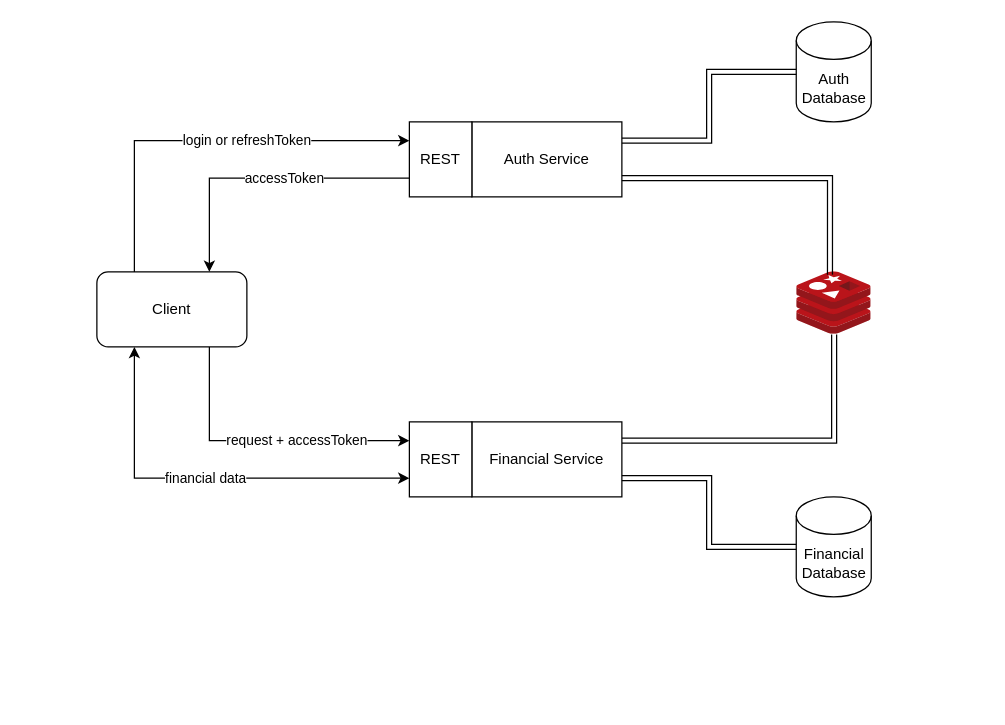
Earlier version of the draw.io diagram docs/markdown/diagrams/general-flow.drawio (shimisnow/poc-nestjs). Source tidied: cells renumbered, new cells numbered last; positions are measured from the earlier drawing's top-left corner, leaving out a move shared by most shapes. Both pictures are drawn from the tidied source at 125%, with x=0, y=0 at pixel (96, 21).
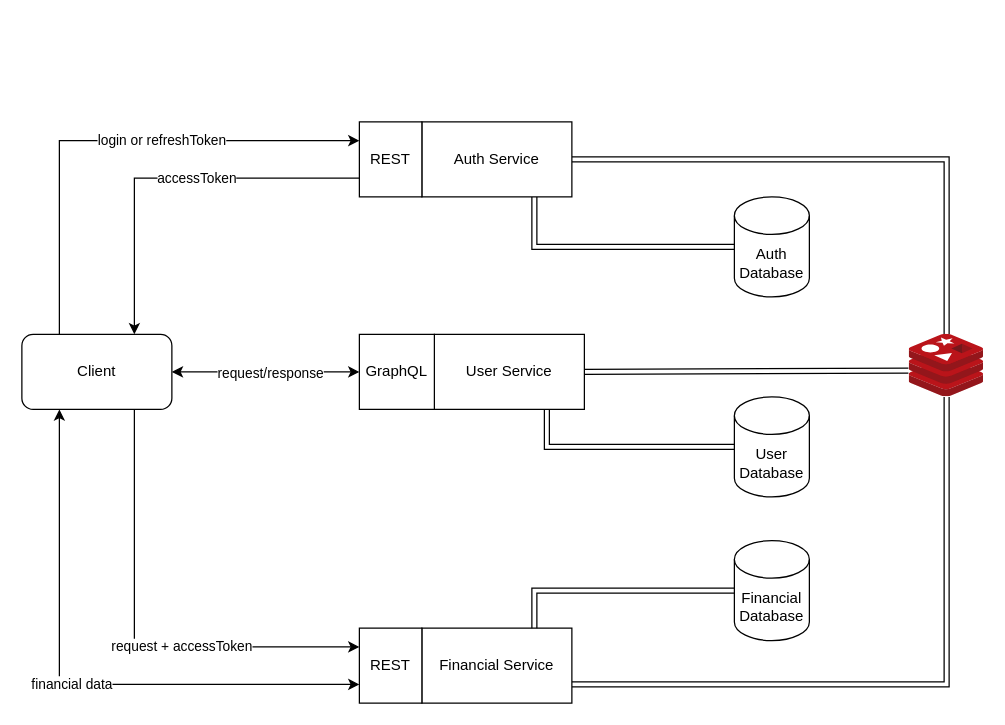
After the change.

What changed in the source:
```diff
@@
+    <mxCell id="18" style="edgeStyle=orthogonalEdgeStyle;rounded=0;jettySize=auto;html=1;exitX=1;exitY=0.5;exitDx=0;exitDy=0;entryX=0;entryY=0.5;entryDx=0;entryDy=0;startArrow=classic;startFill=1;" parent="1" edge="1" source="4" target="22">
+      <mxGeometry relative="1" as="geometry" />
+    </mxCell>
+    <mxCell id="19" value="request/response" style="edgeLabel;html=1;align=center;verticalAlign=middle;" parent="18" vertex="1">
+      <mxGeometry x="0.04" y="-4" relative="1" as="geometry">
+        <mxPoint y="-4" as="offset" />
+      </mxGeometry>
+    </mxCell>
     <mxCell id="4" value="Client" style="rounded=1;whiteSpace=wrap;html=1;" parent="1" vertex="1">
-      <mxGeometry y="200" width="120" height="60" as="geometry" />
+      <mxGeometry x="-60" y="250" width="120" height="60" as="geometry" />
     </mxCell>
-    <mxCell id="5" value="Auth&lt;br&gt;Database" style="shape=cylinder3;whiteSpace=wrap;html=1;boundedLbl=1;backgroundOutline=1;size=15;" parent="1" vertex="1">
-      <mxGeometry x="559.5" width="60" height="80" as="geometry" />
-    </mxCell>
+    <mxCell id="17" style="edgeStyle=orthogonalEdgeStyle;rounded=0;jettySize=auto;html=1;exitX=1;exitY=0.5;exitDx=0;exitDy=0;shape=link;" parent="1" edge="1" source="6" target="14">
+      <mxGeometry relative="1" as="geometry" />
+    </mxCell>
     <mxCell id="6" value="Auth Service" style="rounded=0;whiteSpace=wrap;html=1;" parent="1" vertex="1">
-      <mxGeometry x="300" y="80" width="120" height="60" as="geometry" />
+      <mxGeometry x="260" y="80" width="120" height="60" as="geometry" />
     </mxCell>
@@
     <mxCell id="8" value="REST" style="rounded=0;whiteSpace=wrap;html=1;" parent="1" vertex="1">
-      <mxGeometry x="250" y="80" width="50" height="60" as="geometry" />
+      <mxGeometry x="210" y="80" width="50" height="60" as="geometry" />
     </mxCell>
-    <mxCell id="9" style="edgeStyle=orthogonalEdgeStyle;rounded=0;jettySize=auto;html=1;exitX=1;exitY=0.25;exitDx=0;exitDy=0;shape=link;" parent="1" edge="1" source="10" target="14">
+    <mxCell id="9" style="edgeStyle=orthogonalEdgeStyle;rounded=0;jettySize=auto;html=1;exitX=1;exitY=0.75;exitDx=0;exitDy=0;shape=link;" parent="1" edge="1" source="10" target="14">
       <mxGeometry relative="1" as="geometry" />
     </mxCell>
     <mxCell id="10" value="Financial Service" style="rounded=0;whiteSpace=wrap;html=1;" parent="1" vertex="1">
-      <mxGeometry x="300" y="320" width="120" height="60" as="geometry" />
+      <mxGeometry x="260" y="485" width="120" height="60" as="geometry" />
     </mxCell>
@@
     <mxCell id="12" value="REST" style="rounded=0;whiteSpace=wrap;html=1;" parent="1" vertex="1">
-      <mxGeometry x="250" y="320" width="50" height="60" as="geometry" />
+      <mxGeometry x="210" y="485" width="50" height="60" as="geometry" />
     </mxCell>
     <mxCell id="13" value="Financial&lt;br&gt;Database" style="shape=cylinder3;whiteSpace=wrap;html=1;boundedLbl=1;backgroundOutline=1;size=15;" parent="1" vertex="1">
-      <mxGeometry x="559.5" y="380" width="60" height="80" as="geometry" />
+      <mxGeometry x="510" y="415" width="60" height="80" as="geometry" />
     </mxCell>
     <mxCell id="14" style="image;sketch=0;html=1;points=[];align=center;fontSize=12;image=img/lib/mscae/Cache_Redis_Product.svg;" parent="1" vertex="1">
-      <mxGeometry x="560" y="200" width="59.5" height="50" as="geometry" />
+      <mxGeometry x="650" y="250" width="59.5" height="50" as="geometry" />
     </mxCell>
+    <mxCell id="20" style="edgeStyle=orthogonalEdgeStyle;rounded=0;jettySize=auto;html=1;exitX=0.75;exitY=1;exitDx=0;exitDy=0;shape=link;" parent="1" edge="1" source="21" target="24">
+      <mxGeometry relative="1" as="geometry" />
+    </mxCell>
+    <mxCell id="21" value="User Service" style="rounded=0;whiteSpace=wrap;html=1;" parent="1" vertex="1">
+      <mxGeometry x="270" y="250" width="120" height="60" as="geometry" />
+    </mxCell>
+    <mxCell id="22" value="GraphQL" style="rounded=0;whiteSpace=wrap;html=1;" parent="1" vertex="1">
+      <mxGeometry x="210" y="250" width="60" height="60" as="geometry" />
+    </mxCell>
+    <mxCell id="23" style="edgeStyle=orthogonalEdgeStyle;rounded=0;jettySize=auto;html=1;exitX=1;exitY=0.5;exitDx=0;exitDy=0;entryX=-0.013;entryY=0.58;entryDx=0;entryDy=0;entryPerimeter=0;shape=link;" parent="1" edge="1" source="21" target="14">
+      <mxGeometry relative="1" as="geometry">
+        <Array as="points">
+          <mxPoint x="649" y="280" />
+        </Array>
+      </mxGeometry>
+    </mxCell>
+    <mxCell id="24" value="User&lt;br&gt;Database" style="shape=cylinder3;whiteSpace=wrap;html=1;boundedLbl=1;backgroundOutline=1;size=15;" parent="1" vertex="1">
+      <mxGeometry x="510" y="300" width="60" height="80" as="geometry" />
+    </mxCell>
-    <mxCell id="15" style="edgeStyle=orthogonalEdgeStyle;rounded=0;jettySize=auto;html=1;exitX=1;exitY=0.75;exitDx=0;exitDy=0;entryX=0;entryY=0.5;entryDx=0;entryDy=0;entryPerimeter=0;shape=link;" parent="1" edge="1" source="10" target="13">
+    <mxCell id="15" style="edgeStyle=orthogonalEdgeStyle;rounded=0;jettySize=auto;html=1;exitX=0.75;exitY=0;exitDx=0;exitDy=0;entryX=0;entryY=0.5;entryDx=0;entryDy=0;entryPerimeter=0;shape=link;" parent="1" edge="1" source="10" target="13">
       <mxGeometry relative="1" as="geometry" />
     </mxCell>
+    <mxCell id="5" value="Auth&lt;br&gt;Database" style="shape=cylinder3;whiteSpace=wrap;html=1;boundedLbl=1;backgroundOutline=1;size=15;" parent="1" vertex="1">
+      <mxGeometry x="510" y="140" width="60" height="80" as="geometry" />
+    </mxCell>
-    <mxCell id="16" style="edgeStyle=orthogonalEdgeStyle;rounded=0;jettySize=auto;html=1;exitX=1;exitY=0.25;exitDx=0;exitDy=0;entryX=0;entryY=0.5;entryDx=0;entryDy=0;entryPerimeter=0;shape=link;" parent="1" edge="1" source="6" target="5">
+    <mxCell id="16" style="edgeStyle=orthogonalEdgeStyle;rounded=0;jettySize=auto;html=1;exitX=0.75;exitY=1;exitDx=0;exitDy=0;entryX=0;entryY=0.5;entryDx=0;entryDy=0;entryPerimeter=0;shape=link;" parent="1" edge="1" source="6" target="5">
       <mxGeometry relative="1" as="geometry" />
     </mxCell>
-    <mxCell id="17" style="edgeStyle=orthogonalEdgeStyle;rounded=0;jettySize=auto;html=1;exitX=1;exitY=0.75;exitDx=0;exitDy=0;entryX=0.445;entryY=0.044;entryDx=0;entryDy=0;entryPerimeter=0;shape=link;" parent="1" edge="1" source="6" target="14">
-      <mxGeometry relative="1" as="geometry" />
-    </mxCell>
```
